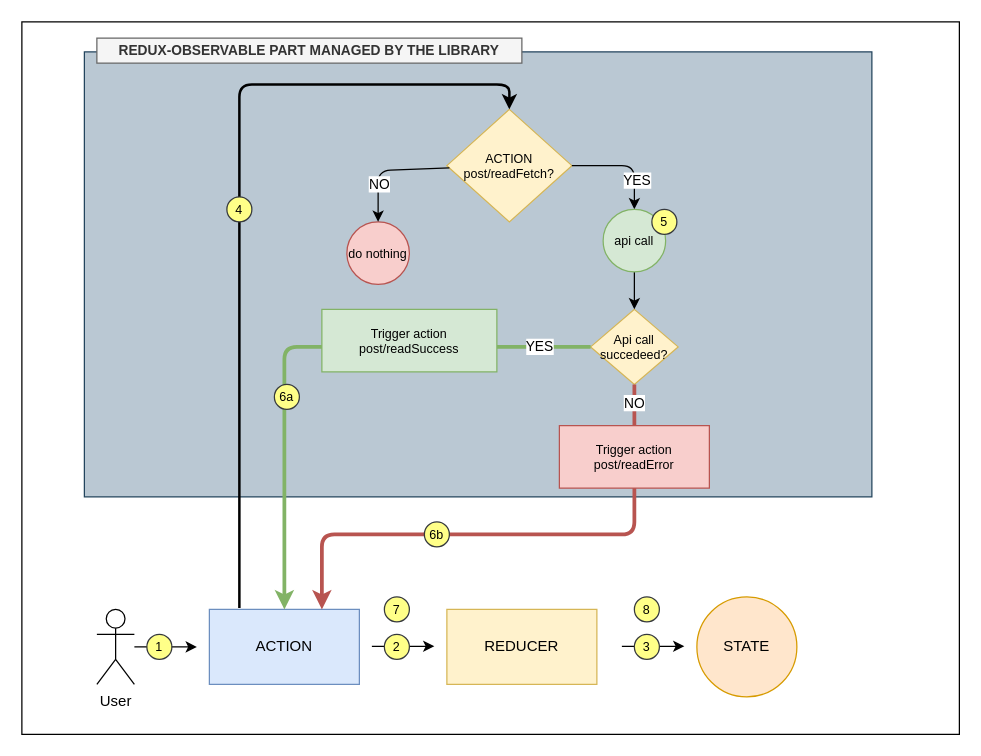
Before: vdr-reduxtool-observable.drawio in valentino-drappa/vdr-reduxtoolkit-observable, a draw.io diagram. Source tidied: cells renumbered, new cells numbered last; positions are measured from the earlier drawing's top-left corner, leaving out a move shared by most shapes. Both pictures are drawn from the tidied source at 125%, with x=0, y=0 at pixel (21, 21).
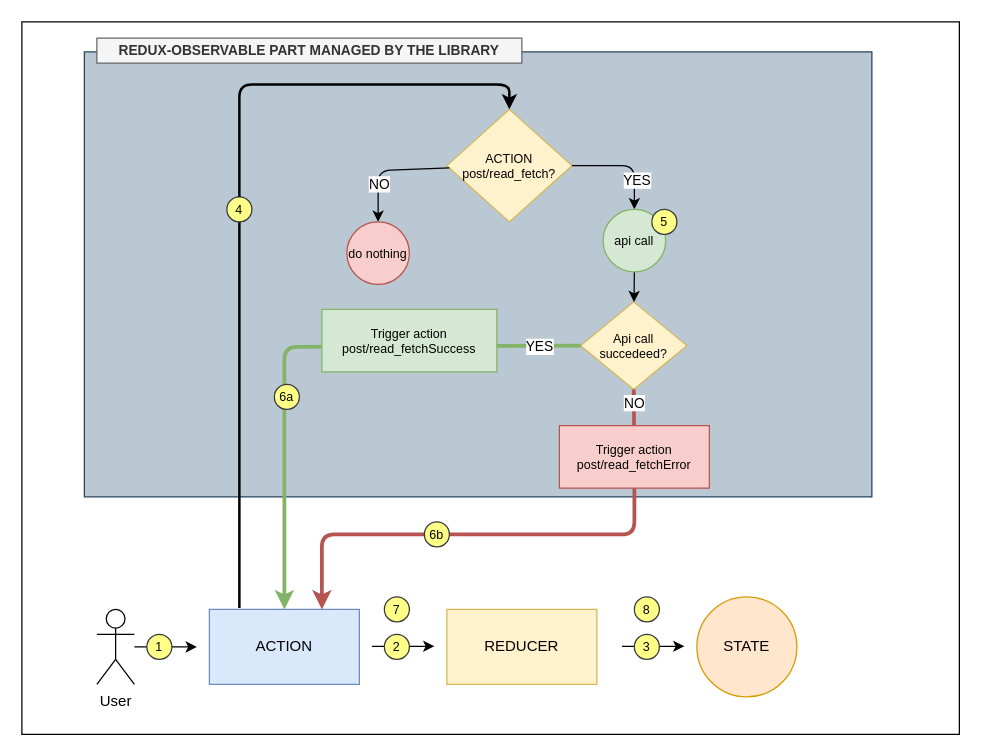
The same page after the edit.

What changed in the source:
```diff
@@
-    <mxCell id="11" value="ACTION post/readFetch?" style="rhombus;whiteSpace=wrap;html=1;fillColor=#fff2cc;strokeColor=#d6b656;fontSize=10;" parent="1" vertex="1">
+    <mxCell id="11" value="ACTION post/read_fetch?" style="rhombus;whiteSpace=wrap;html=1;fillColor=#fff2cc;strokeColor=#d6b656;fontSize=10;" parent="1" vertex="1">
       <mxGeometry x="340" y="70" width="100" height="90" as="geometry" />
     </mxCell>
@@
     <mxCell id="17" value="Api call succedeed?" style="rhombus;whiteSpace=wrap;html=1;fontSize=10;fillColor=#fff2cc;strokeColor=#d6b656;" parent="1" vertex="1">
-      <mxGeometry x="455" y="230" width="70" height="60" as="geometry" />
+      <mxGeometry x="447" y="224" width="85" height="70" as="geometry" />
     </mxCell>
@@
-    <mxCell id="20" value="Trigger action post/readSuccess" style="text;html=1;strokeColor=#82b366;fillColor=#d5e8d4;align=center;verticalAlign=middle;whiteSpace=wrap;rounded=0;fontSize=10;" parent="1" vertex="1">
+    <mxCell id="20" value="Trigger action post/read_fetchSuccess" style="text;html=1;strokeColor=#82b366;fillColor=#d5e8d4;align=center;verticalAlign=middle;whiteSpace=wrap;rounded=0;fontSize=10;" parent="1" vertex="1">
       <mxGeometry x="240" y="230" width="140" height="50" as="geometry" />
     </mxCell>
@@
-    <mxCell id="22" value="Trigger action post/readError" style="text;html=1;strokeColor=#b85450;fillColor=#f8cecc;align=center;verticalAlign=middle;whiteSpace=wrap;rounded=0;fontSize=10;" parent="1" vertex="1">
+    <mxCell id="22" value="Trigger action post/read_fetchError" style="text;html=1;strokeColor=#b85450;fillColor=#f8cecc;align=center;verticalAlign=middle;whiteSpace=wrap;rounded=0;fontSize=10;" parent="1" vertex="1">
       <mxGeometry x="430" y="323" width="120" height="50" as="geometry" />
     </mxCell>
```
